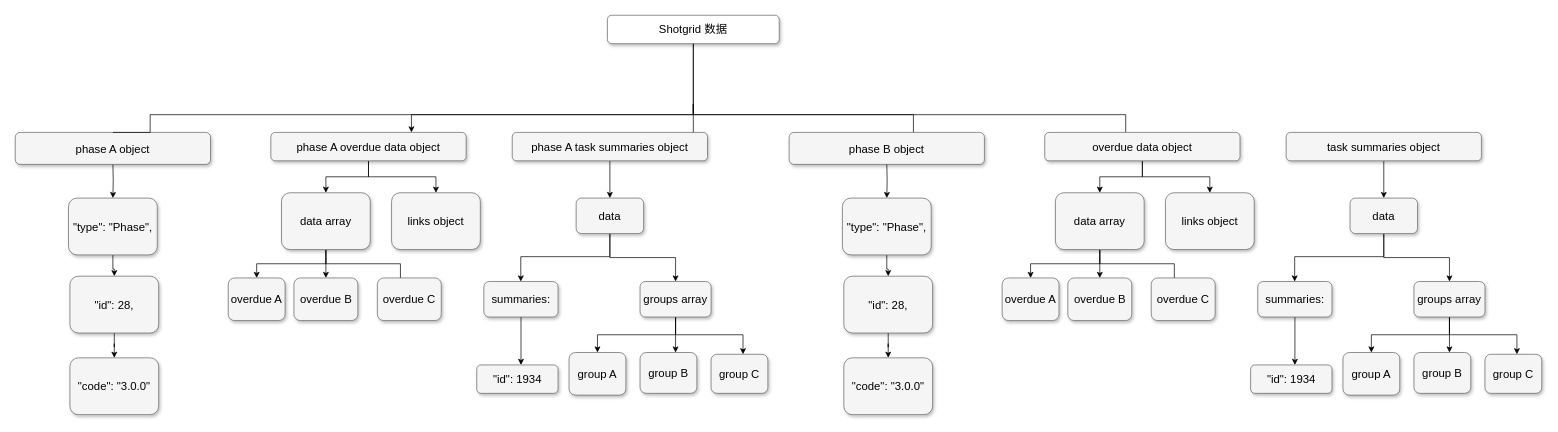
This is 未命名绘图.drawio from xintongw829/new_repo, a draw.io file, before an edit. Source tidied: cells renumbered, new cells numbered last; positions are measured from the earlier drawing's top-left corner, leaving out a move shared by most shapes. Both pictures are drawn from the tidied source at 71%, with x=0, y=0 at pixel (15, 15).
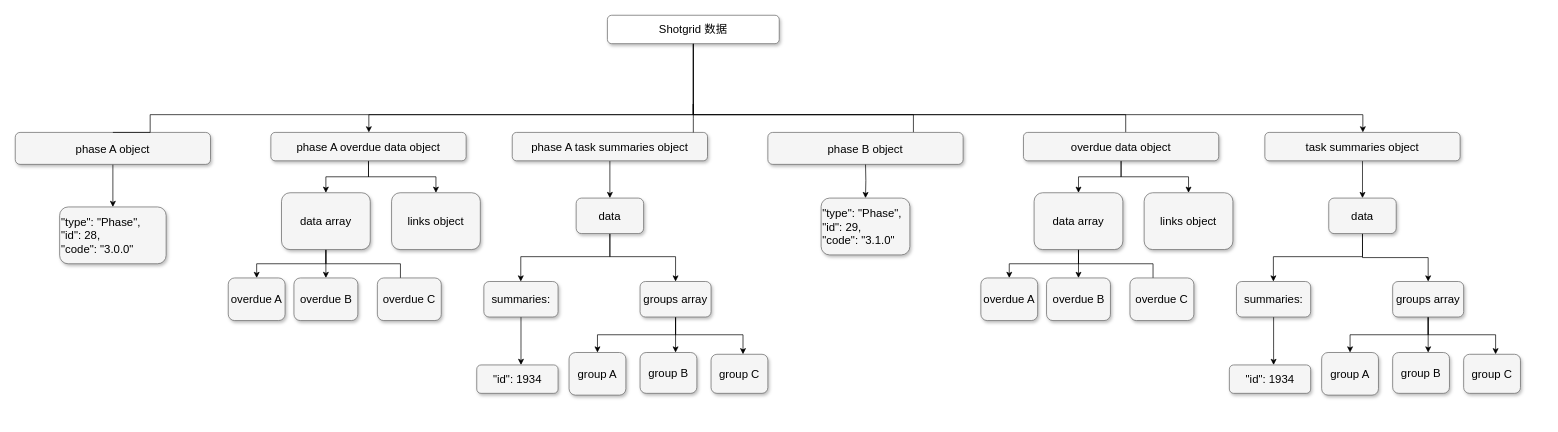
After the change.

Commit message (it also covers changes not shown here):
更新未命名绘图.drawio

The change refers to these unchanged cells:
```xml
<mxCell id="4" value="phase A overdue data object" style="whiteSpace=wrap;html=1;rounded=1;shadow=1;strokeWidth=1;align=center;fillColor=#f5f5f5;strokeColor=#666666;fontSize=16;" parent="1" vertex="1">
  <mxGeometry x="360" y="165" width="275" height="40" as="geometry" />
</mxCell>
<mxCell id="8" value="phase A object" style="whiteSpace=wrap;html=1;rounded=1;shadow=1;strokeWidth=1;fontSize=16;align=center;fillColor=#f5f5f5;strokeColor=#666666;" parent="1" vertex="1">
  <mxGeometry y="165" width="275" height="45" as="geometry" />
</mxCell>
<mxCell id="15" value="data" style="whiteSpace=wrap;html=1;rounded=1;shadow=1;strokeWidth=1;align=center;fillColor=#f5f5f5;strokeColor=#666666;fontSize=16;" parent="1" vertex="1">
  <mxGeometry x="790" y="257.5" width="95" height="50" as="geometry" />
</mxCell>
<mxCell id="25" value="groups array" style="whiteSpace=wrap;html=1;rounded=1;shadow=1;strokeWidth=1;align=center;fillColor=#f5f5f5;strokeColor=#666666;fontSize=16;" parent="1" vertex="1">
  <mxGeometry x="880" y="375" width="100" height="50" as="geometry" />
</mxCell>
<mxCell id="31" value="Shotgrid 数据" style="whiteSpace=wrap;html=1;rounded=1;shadow=1;strokeWidth=1;align=center;fillColor=default;strokeColor=#666666;fontSize=16;" parent="1" vertex="1">
  <mxGeometry x="834" width="242" height="40" as="geometry" />
</mxCell>
```

Change to the diagram source:
```diff
@@
-    <mxCell id="7" style="edgeStyle=orthogonalEdgeStyle;rounded=0;jettySize=auto;html=1;" parent="1" edge="1" target="17">
-      <mxGeometry relative="1" as="geometry">
-        <mxPoint x="137.5" y="207.5" as="sourcePoint" />
-      </mxGeometry>
-    </mxCell>
+    <mxCell id="74" style="edgeStyle=orthogonalEdgeStyle;rounded=0;jettySize=auto;html=1;" parent="1" edge="1" source="8" target="17">
+      <mxGeometry relative="1" as="geometry" />
+    </mxCell>
@@
     <mxCell id="14" style="edgeStyle=orthogonalEdgeStyle;rounded=0;jettySize=auto;html=1;" parent="1" edge="1" source="15" target="25">
-      <mxGeometry relative="1" as="geometry" />
+      <mxGeometry relative="1" as="geometry">
+        <Array as="points">
+          <mxPoint x="838" y="340" />
+          <mxPoint x="930" y="340" />
+        </Array>
+      </mxGeometry>
     </mxCell>
@@
-    <mxCell id="16" style="edgeStyle=orthogonalEdgeStyle;rounded=0;jettySize=auto;html=1;" parent="1" edge="1" source="17" target="29">
-      <mxGeometry relative="1" as="geometry" />
-    </mxCell>
-    <mxCell id="17" value="&quot;type&quot;: &quot;Phase&quot;," style="whiteSpace=wrap;html=1;rounded=1;shadow=1;strokeWidth=1;align=center;fillColor=#f5f5f5;strokeColor=#666666;fontSize=16;" parent="1" vertex="1">
-      <mxGeometry x="75" y="257.5" width="125" height="80" as="geometry" />
+    <mxCell id="17" value="&quot;type&quot;: &quot;Phase&quot;,&lt;br&gt;&quot;id&quot;: 28,&lt;br&gt;&quot;code&quot;: &quot;3.0.0&quot;" style="whiteSpace=wrap;html=1;rounded=1;shadow=1;strokeWidth=1;align=left;fillColor=#f5f5f5;strokeColor=#666666;fontSize=16;" parent="1" vertex="1">
+      <mxGeometry x="62.5" y="270" width="150" height="80" as="geometry" />
     </mxCell>
@@
-    <mxCell id="27" value="&quot;code&quot;: &quot;3.0.0&quot;" style="whiteSpace=wrap;html=1;rounded=1;shadow=1;strokeWidth=1;align=center;fillColor=#f5f5f5;strokeColor=#666666;fontSize=16;" parent="1" vertex="1">
-      <mxGeometry x="77" y="482.5" width="125" height="80" as="geometry" />
-    </mxCell>
-    <mxCell id="28" style="edgeStyle=orthogonalEdgeStyle;rounded=0;jettySize=auto;html=1;" parent="1" edge="1" source="29" target="27">
-      <mxGeometry relative="1" as="geometry" />
-    </mxCell>
-    <mxCell id="29" value="&quot;id&quot;: 28," style="whiteSpace=wrap;html=1;rounded=1;shadow=1;strokeWidth=1;align=center;fillColor=#f5f5f5;strokeColor=#666666;fontSize=16;" parent="1" vertex="1">
-      <mxGeometry x="77" y="367.5" width="125" height="80" as="geometry" />
-    </mxCell>
     <mxCell id="30" style="edgeStyle=orthogonalEdgeStyle;rounded=0;jettySize=auto;html=1;" parent="1" edge="1" source="31" target="4">
       <mxGeometry relative="1" as="geometry">
         <Array as="points">
           <mxPoint x="955" y="140" />
-          <mxPoint x="558" y="140" />
+          <mxPoint x="498" y="140" />
         </Array>
       </mxGeometry>
     </mxCell>
+    <mxCell id="75" style="edgeStyle=orthogonalEdgeStyle;rounded=0;jettySize=auto;html=1;" parent="1" edge="1" source="31" target="45">
+      <mxGeometry relative="1" as="geometry">
+        <Array as="points">
+          <mxPoint x="955" y="140" />
+          <mxPoint x="1898" y="140" />
+        </Array>
+      </mxGeometry>
+    </mxCell>
@@
     <mxCell id="43" value="overdue data object" style="whiteSpace=wrap;html=1;rounded=1;shadow=1;strokeWidth=1;align=center;fillColor=#f5f5f5;strokeColor=#666666;fontSize=16;" parent="1" vertex="1">
-      <mxGeometry x="1450" y="165" width="275" height="40" as="geometry" />
+      <mxGeometry x="1420" y="165" width="275" height="40" as="geometry" />
     </mxCell>
@@
     <mxCell id="45" value="task summaries object" style="whiteSpace=wrap;html=1;rounded=1;shadow=1;strokeWidth=1;fontSize=16;align=center;fillColor=#f5f5f5;strokeColor=#666666;" parent="1" vertex="1">
-      <mxGeometry x="1790" y="165" width="275" height="40" as="geometry" />
+      <mxGeometry x="1760" y="165" width="275" height="40" as="geometry" />
     </mxCell>
     <mxCell id="46" style="edgeStyle=orthogonalEdgeStyle;rounded=0;jettySize=auto;html=1;" parent="1" edge="1" target="56">
       <mxGeometry relative="1" as="geometry">
-        <mxPoint x="1227.5" y="207.5" as="sourcePoint" />
+        <mxPoint x="1197.5" y="207.5" as="sourcePoint" />
       </mxGeometry>
     </mxCell>
     <mxCell id="47" value="phase B object" style="whiteSpace=wrap;html=1;rounded=1;shadow=1;strokeWidth=1;fontSize=16;align=center;fillColor=#f5f5f5;strokeColor=#666666;" parent="1" vertex="1">
-      <mxGeometry x="1090" y="165" width="275" height="45" as="geometry" />
+      <mxGeometry x="1060" y="165" width="275" height="45" as="geometry" />
     </mxCell>
@@
     <mxCell id="50" style="edgeStyle=orthogonalEdgeStyle;rounded=0;jettySize=auto;html=1;" parent="1" edge="1" source="51">
       <mxGeometry relative="1" as="geometry">
-        <mxPoint x="1632.5" y="380" as="targetPoint" />
+        <mxPoint x="1602.5" y="380" as="targetPoint" />
         <Array as="points">
-          <mxPoint x="1528" y="350" />
-          <mxPoint x="1633" y="350" />
+          <mxPoint x="1498" y="350" />
+          <mxPoint x="1603" y="350" />
         </Array>
       </mxGeometry>
     </mxCell>
     <mxCell id="51" value="data array" style="whiteSpace=wrap;html=1;rounded=1;shadow=1;strokeWidth=1;fontSize=16;align=center;fillColor=#f5f5f5;strokeColor=#666666;" parent="1" vertex="1">
-      <mxGeometry x="1465" y="250" width="125" height="80" as="geometry" />
+      <mxGeometry x="1435" y="250" width="125" height="80" as="geometry" />
     </mxCell>
     <mxCell id="52" style="edgeStyle=orthogonalEdgeStyle;rounded=0;jettySize=auto;html=1;" parent="1" edge="1" source="54" target="59">
       <mxGeometry relative="1" as="geometry">
         <Array as="points">
-          <mxPoint x="1928" y="340" />
-          <mxPoint x="1802" y="340" />
+          <mxPoint x="1898" y="340" />
+          <mxPoint x="1772" y="340" />
         </Array>
       </mxGeometry>
     </mxCell>
@@
     <mxCell id="54" value="data" style="whiteSpace=wrap;html=1;rounded=1;shadow=1;strokeWidth=1;align=center;fillColor=#f5f5f5;strokeColor=#666666;fontSize=16;" parent="1" vertex="1">
-      <mxGeometry x="1880" y="257.5" width="95" height="50" as="geometry" />
+      <mxGeometry x="1850" y="257.5" width="95" height="50" as="geometry" />
     </mxCell>
-    <mxCell id="55" style="edgeStyle=orthogonalEdgeStyle;rounded=0;jettySize=auto;html=1;" parent="1" edge="1" source="56" target="68">
-      <mxGeometry relative="1" as="geometry" />
-    </mxCell>
-    <mxCell id="56" value="&quot;type&quot;: &quot;Phase&quot;," style="whiteSpace=wrap;html=1;rounded=1;shadow=1;strokeWidth=1;align=center;fillColor=#f5f5f5;strokeColor=#666666;fontSize=16;" parent="1" vertex="1">
-      <mxGeometry x="1165" y="257.5" width="125" height="80" as="geometry" />
+    <mxCell id="56" value="&quot;type&quot;: &quot;Phase&quot;,&lt;br&gt;&quot;id&quot;: 29,&lt;br&gt;&quot;code&quot;: &quot;3.1.0&quot;" style="whiteSpace=wrap;html=1;rounded=1;shadow=1;strokeWidth=1;align=left;fillColor=#f5f5f5;strokeColor=#666666;verticalAlign=middle;fontSize=16;" parent="1" vertex="1">
+      <mxGeometry x="1135" y="257.5" width="125" height="80" as="geometry" />
     </mxCell>
     <mxCell id="57" value="links object" style="whiteSpace=wrap;html=1;rounded=1;shadow=1;strokeWidth=1;fontSize=16;align=center;fillColor=#f5f5f5;strokeColor=#666666;" parent="1" vertex="1">
-      <mxGeometry x="1620" y="250" width="125" height="80" as="geometry" />
+      <mxGeometry x="1590" y="250" width="125" height="80" as="geometry" />
     </mxCell>
     <mxCell id="58" style="edgeStyle=orthogonalEdgeStyle;rounded=0;jettySize=auto;html=1;" parent="1" edge="1" source="59" target="69">
       <mxGeometry relative="1" as="geometry">
         <Array as="points">
-          <mxPoint x="1802" y="470" />
-          <mxPoint x="1802" y="470" />
+          <mxPoint x="1772" y="470" />
+          <mxPoint x="1772" y="470" />
         </Array>
       </mxGeometry>
     </mxCell>
     <mxCell id="59" value="summaries:" style="whiteSpace=wrap;html=1;rounded=1;shadow=1;strokeWidth=1;align=center;fillColor=#f5f5f5;strokeColor=#666666;fontSize=16;" parent="1" vertex="1">
-      <mxGeometry x="1750" y="375" width="104.5" height="50" as="geometry" />
+      <mxGeometry x="1720" y="375" width="104.5" height="50" as="geometry" />
     </mxCell>
     <mxCell id="60" value="overdue A" style="whiteSpace=wrap;html=1;rounded=1;shadow=1;strokeWidth=1;fontSize=16;align=center;fillColor=#f5f5f5;strokeColor=#666666;" parent="1" vertex="1">
-      <mxGeometry x="1390" y="370" width="80" height="60" as="geometry" />
+      <mxGeometry x="1360" y="370" width="80" height="60" as="geometry" />
     </mxCell>
     <mxCell id="61" style="edgeStyle=orthogonalEdgeStyle;rounded=0;jettySize=auto;html=1;" parent="1" edge="1" source="64" target="73">
       <mxGeometry relative="1" as="geometry">
         <Array as="points">
-          <mxPoint x="2020" y="450" />
-          <mxPoint x="2115" y="450" />
+          <mxPoint x="1990" y="450" />
+          <mxPoint x="2085" y="450" />
         </Array>
       </mxGeometry>
     </mxCell>
     <mxCell id="62" style="edgeStyle=orthogonalEdgeStyle;rounded=0;jettySize=auto;html=1;" parent="1" edge="1" source="64" target="72">
       <mxGeometry relative="1" as="geometry">
         <Array as="points">
-          <mxPoint x="2020" y="520" />
-          <mxPoint x="2020" y="520" />
+          <mxPoint x="1990" y="520" />
+          <mxPoint x="1990" y="520" />
         </Array>
       </mxGeometry>
     </mxCell>
     <mxCell id="63" style="edgeStyle=orthogonalEdgeStyle;rounded=0;jettySize=auto;html=1;" parent="1" edge="1" source="64" target="71">
       <mxGeometry relative="1" as="geometry">
         <Array as="points">
-          <mxPoint x="2020" y="450" />
-          <mxPoint x="1910" y="450" />
+          <mxPoint x="1990" y="450" />
+          <mxPoint x="1880" y="450" />
         </Array>
       </mxGeometry>
     </mxCell>
     <mxCell id="64" value="groups array" style="whiteSpace=wrap;html=1;rounded=1;shadow=1;strokeWidth=1;align=center;fillColor=#f5f5f5;strokeColor=#666666;fontSize=16;" parent="1" vertex="1">
-      <mxGeometry x="1970" y="375" width="100" height="50" as="geometry" />
+      <mxGeometry x="1940" y="375" width="100" height="50" as="geometry" />
     </mxCell>
     <mxCell id="65" value="overdue B" style="whiteSpace=wrap;html=1;rounded=1;shadow=1;strokeWidth=1;fontSize=16;align=center;fillColor=#f5f5f5;strokeColor=#666666;" parent="1" vertex="1">
-      <mxGeometry x="1482.5" y="370" width="90" height="60" as="geometry" />
+      <mxGeometry x="1452.5" y="370" width="90" height="60" as="geometry" />
     </mxCell>
-    <mxCell id="66" value="&quot;code&quot;: &quot;3.0.0&quot;" style="whiteSpace=wrap;html=1;rounded=1;shadow=1;strokeWidth=1;align=center;fillColor=#f5f5f5;strokeColor=#666666;fontSize=16;" parent="1" vertex="1">
-      <mxGeometry x="1167" y="482.5" width="125" height="80" as="geometry" />
-    </mxCell>
-    <mxCell id="67" style="edgeStyle=orthogonalEdgeStyle;rounded=0;jettySize=auto;html=1;" parent="1" edge="1" source="68" target="66">
-      <mxGeometry relative="1" as="geometry" />
-    </mxCell>
-    <mxCell id="68" value="&quot;id&quot;: 28," style="whiteSpace=wrap;html=1;rounded=1;shadow=1;strokeWidth=1;align=center;fillColor=#f5f5f5;strokeColor=#666666;fontSize=16;" parent="1" vertex="1">
-      <mxGeometry x="1167" y="367.5" width="125" height="80" as="geometry" />
-    </mxCell>
     <mxCell id="69" value="&quot;id&quot;: 1934" style="whiteSpace=wrap;html=1;rounded=1;shadow=1;strokeWidth=1;align=center;fillColor=#f5f5f5;strokeColor=#666666;fontSize=16;" parent="1" vertex="1">
-      <mxGeometry x="1740" y="492.5" width="114.5" height="40" as="geometry" />
+      <mxGeometry x="1710" y="492.5" width="114.5" height="40" as="geometry" />
     </mxCell>
     <mxCell id="70" value="overdue C" style="whiteSpace=wrap;html=1;rounded=1;shadow=1;strokeWidth=1;fontSize=16;align=center;fillColor=#f5f5f5;strokeColor=#666666;" parent="1" vertex="1">
-      <mxGeometry x="1600" y="370" width="90" height="60" as="geometry" />
+      <mxGeometry x="1570" y="370" width="90" height="60" as="geometry" />
     </mxCell>
     <mxCell id="71" value="group A" style="whiteSpace=wrap;html=1;rounded=1;shadow=1;strokeWidth=1;align=center;fillColor=#f5f5f5;strokeColor=#666666;fontSize=16;" parent="1" vertex="1">
-      <mxGeometry x="1870" y="475" width="80" height="60" as="geometry" />
+      <mxGeometry x="1840" y="475" width="80" height="60" as="geometry" />
     </mxCell>
     <mxCell id="72" value="group B" style="whiteSpace=wrap;html=1;rounded=1;shadow=1;strokeWidth=1;fontSize=16;align=center;fillColor=#f5f5f5;strokeColor=#666666;" parent="1" vertex="1">
-      <mxGeometry x="1970" y="475" width="80" height="57.5" as="geometry" />
+      <mxGeometry x="1940" y="475" width="80" height="57.5" as="geometry" />
     </mxCell>
     <mxCell id="73" value="group C" style="whiteSpace=wrap;html=1;rounded=1;shadow=1;strokeWidth=1;fontSize=16;align=center;fillColor=#f5f5f5;strokeColor=#666666;" parent="1" vertex="1">
-      <mxGeometry x="2070" y="477.5" width="80" height="55" as="geometry" />
+      <mxGeometry x="2040" y="477.5" width="80" height="55" as="geometry" />
     </mxCell>
```
